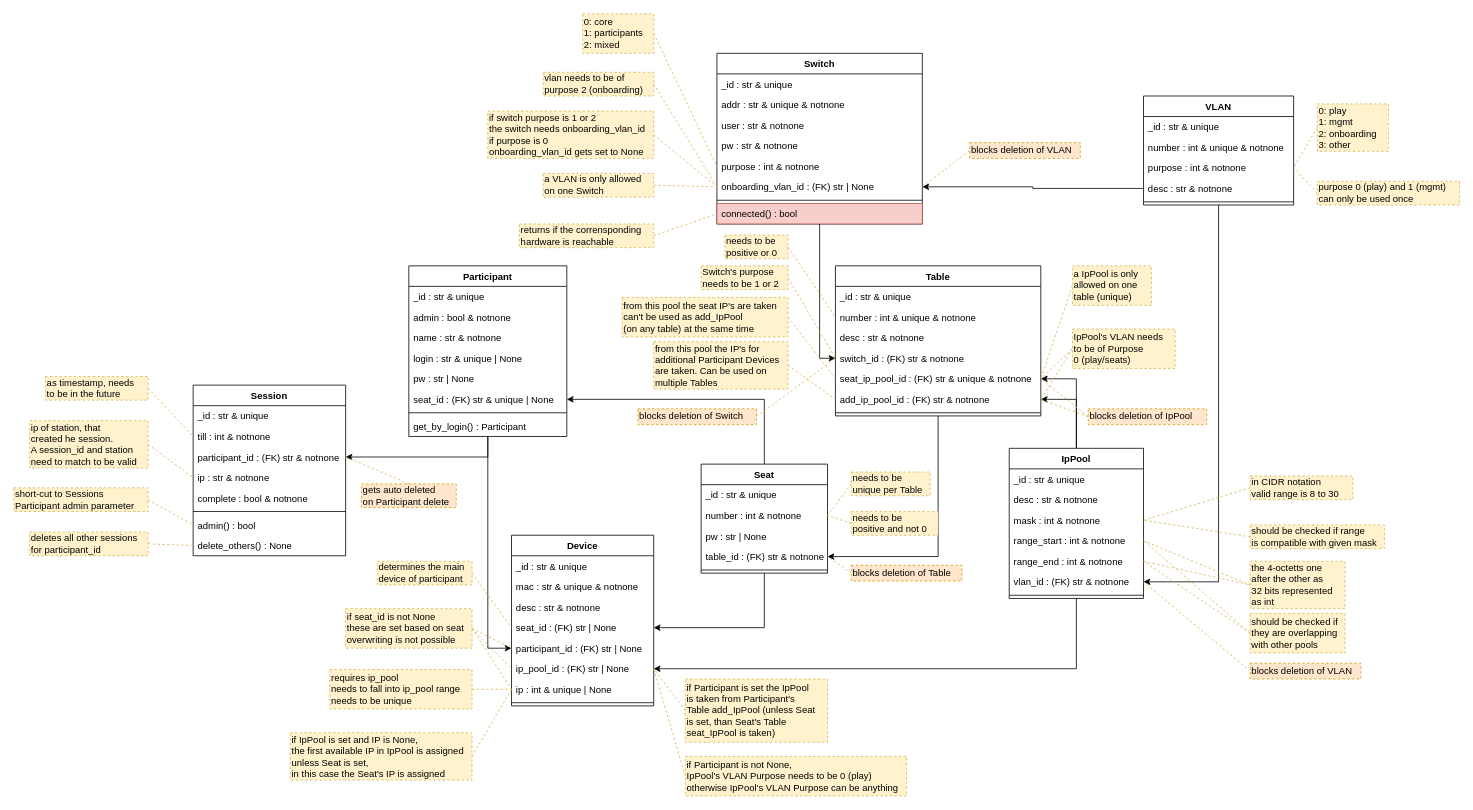
Earlier version of the draw.io diagram docs/elements_classes.drawio (nils-ost/LanPartyOnboardingSystem). Source tidied: cells renumbered, new cells numbered last; positions are measured from the earlier drawing's top-left corner, leaving out a move shared by most shapes. Both pictures are drawn from the tidied source at 79%, with x=0, y=0 at pixel (13, 13).
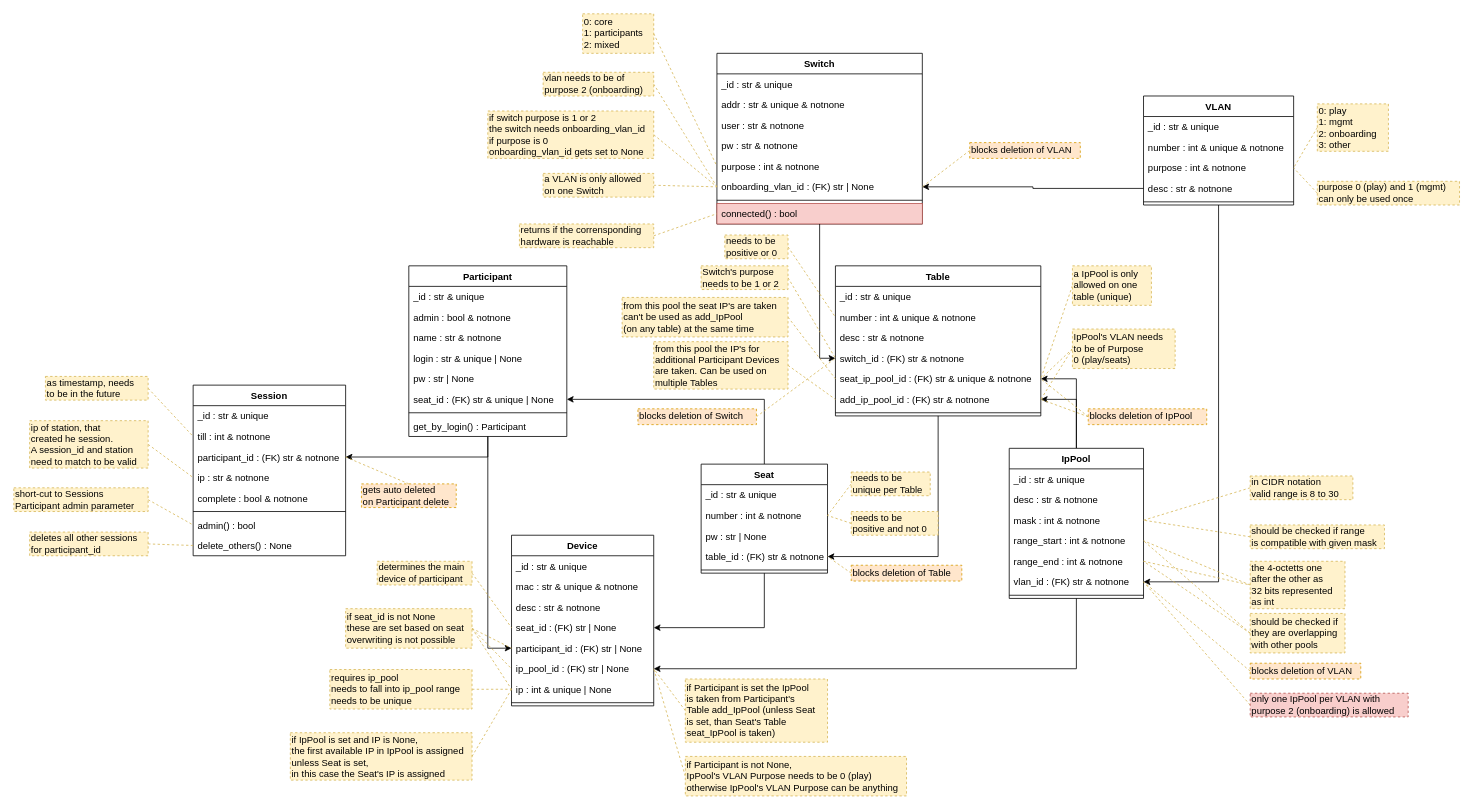
The same page after the edit.

Commit message (it also covers changes not shown here):
created task to generate some testdata

Unchanged cells that the change refers to:
```xml
<mxCell id="40" value="vlan_id : (FK) str &amp; notnone" style="text;strokeColor=none;fillColor=none;align=left;verticalAlign=top;spacingLeft=4;spacingRight=4;overflow=hidden;points=[[0,0.5],[1,0.5]];portConstraint=eastwest;" parent="34" vertex="1">
  <mxGeometry y="156" width="170" height="26" as="geometry" />
</mxCell>
```

What changed in the source:
```diff
@@
+    <mxCell id="153" style="rounded=0;jettySize=auto;html=1;exitX=0;exitY=0.5;exitDx=0;exitDy=0;entryX=1;entryY=0.5;entryDx=0;entryDy=0;dashed=1;endArrow=none;endFill=0;fillColor=#fff2cc;strokeColor=#d6b656;" parent="1" edge="1" source="154" target="40">
+      <mxGeometry relative="1" as="geometry" />
+    </mxCell>
+    <mxCell id="154" value="only one IpPool per VLAN with&lt;br&gt;purpose 2 (onboarding) is allowed" style="rounded=0;whiteSpace=wrap;html=1;fillColor=#f8cecc;strokeColor=#b85450;dashed=1;align=left;verticalAlign=middle;horizontal=1;labelPosition=center;verticalLabelPosition=middle;" parent="1" vertex="1">
+      <mxGeometry x="1565" y="860" width="200" height="30" as="geometry" />
+    </mxCell>
```
